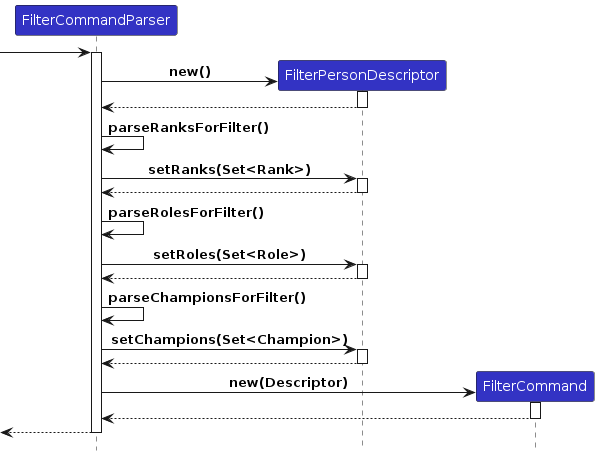
Above: diagrams/FilterCommandParserSequenceDiagram.png in AY2526S1-CS2103T-F08b-1/tp (PlantUML), before the change. Its source is kept beside it as diagrams/FilterCommandParserSequenceDiagram.puml. The source it was exported from:
```plantuml
@startuml
!include style.puml
skinparam participantStyle Rectangle
skinparam shadowing false

participant FilterCommandParser LOGIC_COLOR
participant "FilterPersonDescriptor" as Descriptor LOGIC_COLOR
participant FilterCommand LOGIC_COLOR

-> FilterCommandParser
activate FilterCommandParser
create Descriptor
FilterCommandParser -> Descriptor : new()
activate Descriptor
Descriptor --> FilterCommandParser
deactivate Descriptor

FilterCommandParser -> FilterCommandParser : parseRanksForFilter()
FilterCommandParser -> Descriptor : setRanks(Set<Rank>)
activate Descriptor
Descriptor --> FilterCommandParser
deactivate Descriptor

FilterCommandParser -> FilterCommandParser : parseRolesForFilter()
FilterCommandParser -> Descriptor : setRoles(Set<Role>)
activate Descriptor
Descriptor --> FilterCommandParser
deactivate Descriptor

FilterCommandParser -> FilterCommandParser : parseChampionsForFilter()
FilterCommandParser -> Descriptor : setChampions(Set<Champion>)
activate Descriptor
Descriptor --> FilterCommandParser
deactivate Descriptor

create FilterCommand
FilterCommandParser -> FilterCommand : new(Descriptor)
activate FilterCommand
FilterCommand --> FilterCommandParser
deactivate FilterCommand
<-- FilterCommandParser
deactivate FilterCommandParser
@enduml
```
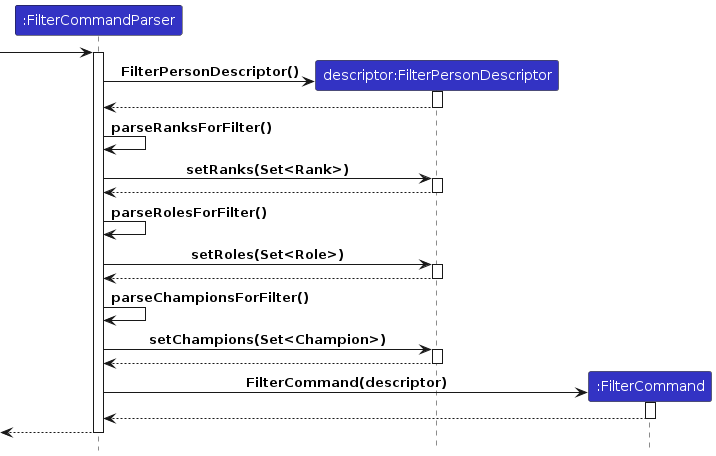
After the change.

Diff of the diagram source:
```diff
@@ -3,14 +3,14 @@
 skinparam participantStyle Rectangle
 skinparam shadowing false
 
-participant FilterCommandParser LOGIC_COLOR
-participant "FilterPersonDescriptor" as Descriptor LOGIC_COLOR
-participant FilterCommand LOGIC_COLOR
+participant ":FilterCommandParser" as FilterCommandParser LOGIC_COLOR
+participant "descriptor:FilterPersonDescriptor" as Descriptor LOGIC_COLOR
+participant ":FilterCommand" as FilterCommand LOGIC_COLOR
 
 -> FilterCommandParser
 activate FilterCommandParser
 create Descriptor
-FilterCommandParser -> Descriptor : new()
+FilterCommandParser -> Descriptor : FilterPersonDescriptor()
 activate Descriptor
 Descriptor --> FilterCommandParser
 deactivate Descriptor
@@ -34,7 +34,7 @@
 deactivate Descriptor
 
 create FilterCommand
-FilterCommandParser -> FilterCommand : new(Descriptor)
+FilterCommandParser -> FilterCommand : FilterCommand(descriptor)
 activate FilterCommand
 FilterCommand --> FilterCommandParser
 deactivate FilterCommand
```
